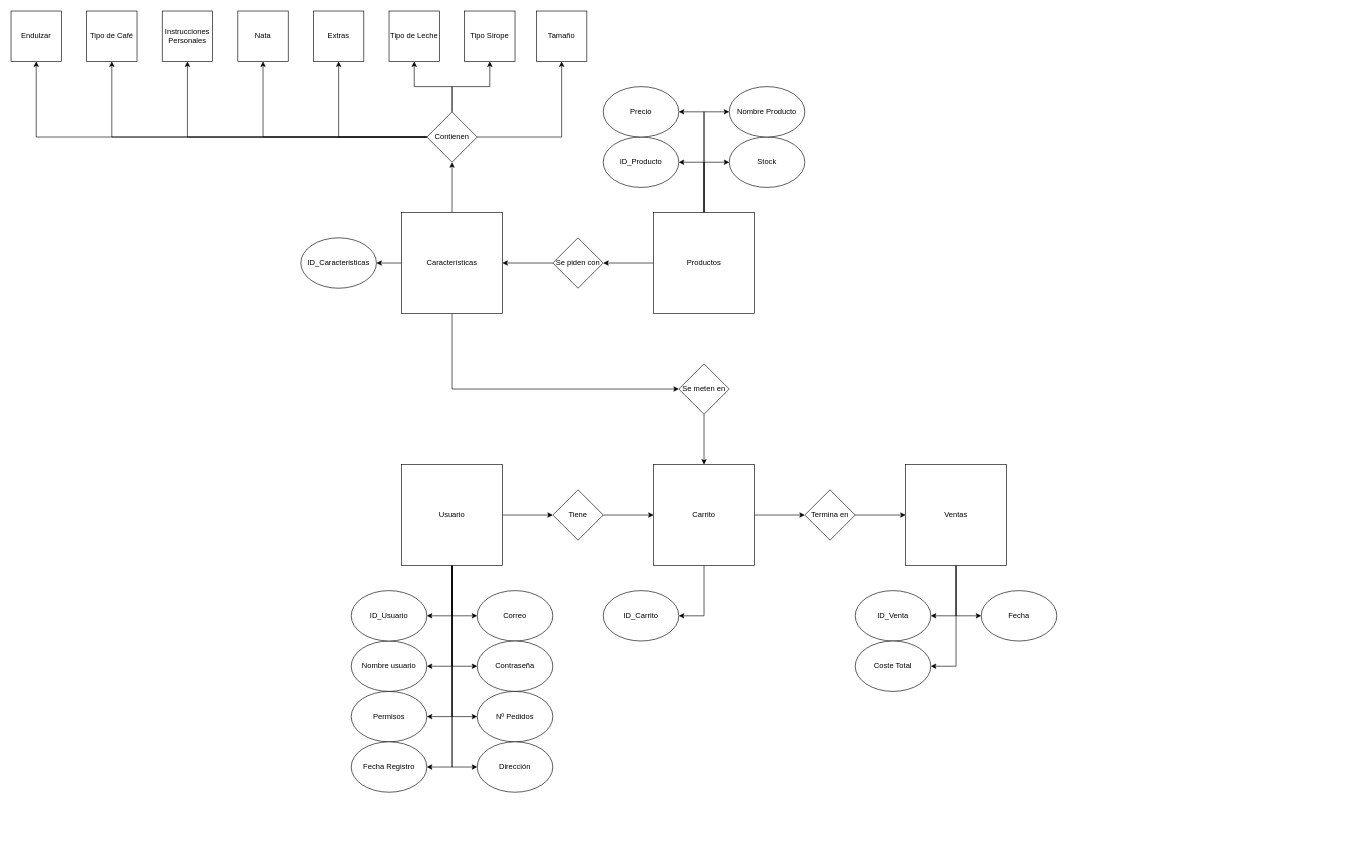
The draw.io diagram page "Modelo Relacional" (1 of 2) of BBDDTFG.drawio in meeeww/tfg_server, before the edit. Source tidied: cells renumbered, new cells numbered last; positions are measured from the earlier drawing's top-left corner, leaving out a move shared by most shapes. Both pictures are drawn from the tidied source at 63%, with x=0, y=0 at pixel (11, 11).
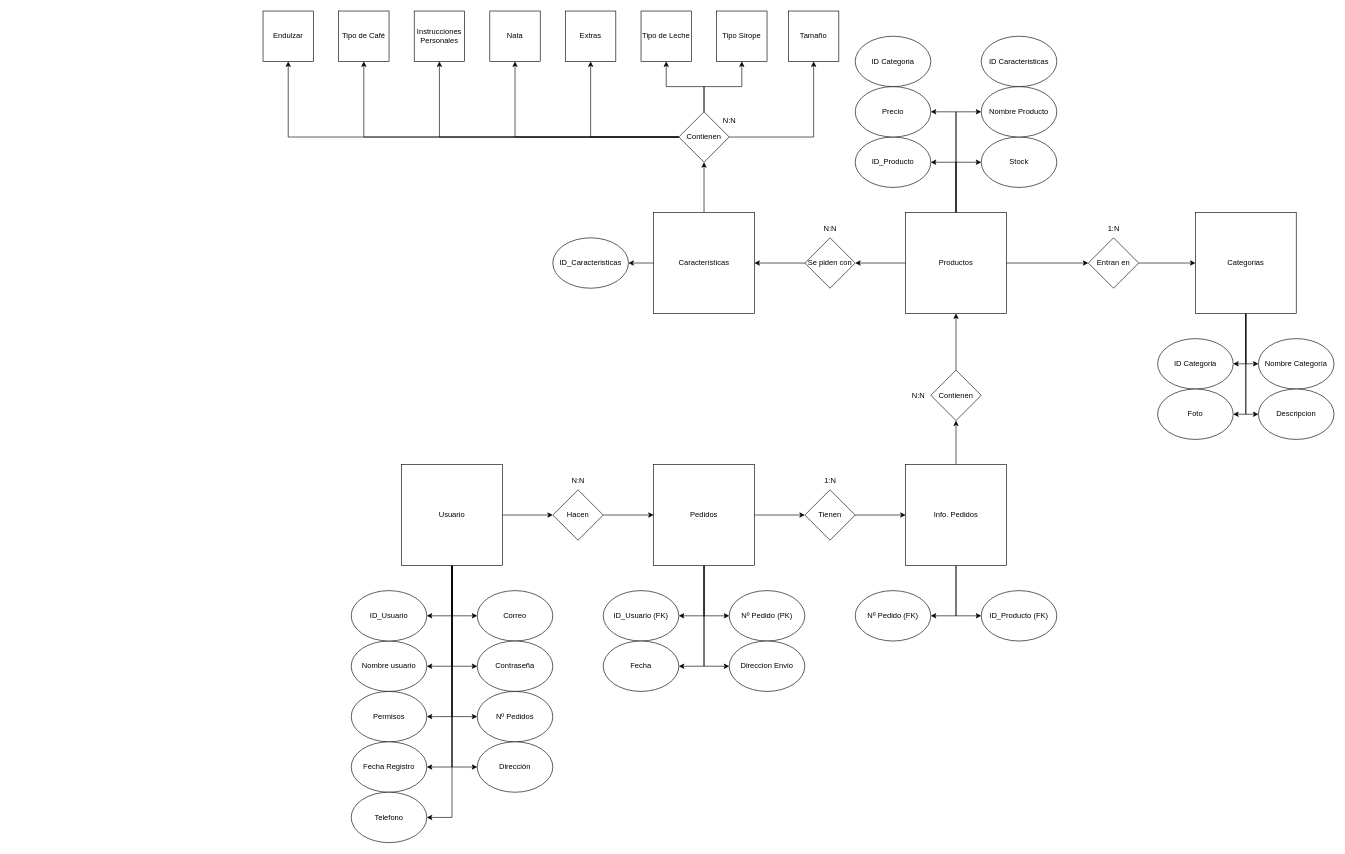
The same page after the edit.

Unchanged cells that the change refers to:
```xml
<mxCell id="11" value="Usuario" style="whiteSpace=wrap;html=1;" parent="1" vertex="1">
  <mxGeometry x="620" y="720" width="160" height="160" as="geometry" />
</mxCell>
```

The edit, as a diff of the source:
```diff
@@
+    <mxCell id="71" style="edgeStyle=orthogonalEdgeStyle;rounded=0;jettySize=auto;html=1;entryX=1;entryY=0.5;entryDx=0;entryDy=0;" parent="1" edge="1" source="11" target="78">
+      <mxGeometry relative="1" as="geometry" />
+    </mxCell>
@@
+    <mxCell id="72" style="edgeStyle=orthogonalEdgeStyle;rounded=0;jettySize=auto;html=1;entryX=0;entryY=0.5;entryDx=0;entryDy=0;" parent="1" edge="1" source="19" target="80">
+      <mxGeometry relative="1" as="geometry" />
+    </mxCell>
+    <mxCell id="73" style="edgeStyle=orthogonalEdgeStyle;rounded=0;jettySize=auto;html=1;entryX=1;entryY=0.5;entryDx=0;entryDy=0;" parent="1" edge="1" source="19" target="79">
+      <mxGeometry relative="1" as="geometry" />
+    </mxCell>
+    <mxCell id="74" style="edgeStyle=orthogonalEdgeStyle;rounded=0;jettySize=auto;html=1;entryX=0;entryY=0.5;entryDx=0;entryDy=0;" parent="1" edge="1" source="19" target="81">
+      <mxGeometry relative="1" as="geometry" />
+    </mxCell>
-    <mxCell id="19" value="Carrito" style="whiteSpace=wrap;html=1;" parent="1" vertex="1">
+    <mxCell id="19" value="Pedidos" style="whiteSpace=wrap;html=1;" parent="1" vertex="1">
       <mxGeometry x="1020" y="720" width="160" height="160" as="geometry" />
     </mxCell>
@@
-    <mxCell id="21" value="Tiene" style="rhombus;whiteSpace=wrap;html=1;" parent="1" vertex="1">
+    <mxCell id="21" value="Hacen" style="rhombus;whiteSpace=wrap;html=1;" parent="1" vertex="1">
       <mxGeometry x="860" y="760" width="80" height="80" as="geometry" />
     </mxCell>
-    <mxCell id="22" value="ID_Carrito" style="ellipse;whiteSpace=wrap;html=1;" parent="1" vertex="1">
+    <mxCell id="22" value="ID_Usuario (FK)" style="ellipse;whiteSpace=wrap;html=1;" parent="1" vertex="1">
       <mxGeometry x="940" y="920" width="120" height="80" as="geometry" />
     </mxCell>
@@
+    <mxCell id="75" style="edgeStyle=orthogonalEdgeStyle;rounded=0;jettySize=auto;html=1;entryX=0;entryY=0.5;entryDx=0;entryDy=0;" parent="1" edge="1" source="28" target="85">
+      <mxGeometry relative="1" as="geometry" />
+    </mxCell>
     <mxCell id="28" value="Productos" style="whiteSpace=wrap;html=1;" parent="1" vertex="1">
-      <mxGeometry x="1020" y="320" width="160" height="160" as="geometry" />
+      <mxGeometry x="1420" y="320" width="160" height="160" as="geometry" />
     </mxCell>
-    <mxCell id="29" style="edgeStyle=orthogonalEdgeStyle;rounded=0;jettySize=auto;html=1;entryX=0.5;entryY=0;entryDx=0;entryDy=0;" parent="1" edge="1" source="30" target="19">
-      <mxGeometry relative="1" as="geometry" />
-    </mxCell>
+    <mxCell id="76" style="edgeStyle=orthogonalEdgeStyle;rounded=0;jettySize=auto;html=1;entryX=0.5;entryY=1;entryDx=0;entryDy=0;" parent="1" edge="1" source="30" target="28">
+      <mxGeometry relative="1" as="geometry" />
+    </mxCell>
-    <mxCell id="30" value="Se meten en" style="rhombus;whiteSpace=wrap;html=1;" parent="1" vertex="1">
-      <mxGeometry x="1060" y="560" width="80" height="80" as="geometry" />
+    <mxCell id="30" value="Contienen" style="rhombus;whiteSpace=wrap;html=1;" parent="1" vertex="1">
+      <mxGeometry x="1460" y="570" width="80" height="80" as="geometry" />
     </mxCell>
@@
-    <mxCell id="32" value="Termina en" style="rhombus;whiteSpace=wrap;html=1;" parent="1" vertex="1">
+    <mxCell id="32" value="Tienen" style="rhombus;whiteSpace=wrap;html=1;" parent="1" vertex="1">
       <mxGeometry x="1260" y="760" width="80" height="80" as="geometry" />
     </mxCell>
@@
-    <mxCell id="35" style="edgeStyle=orthogonalEdgeStyle;rounded=0;jettySize=auto;html=1;entryX=1;entryY=0.5;entryDx=0;entryDy=0;" parent="1" edge="1" source="36" target="41">
-      <mxGeometry relative="1" as="geometry" />
-    </mxCell>
+    <mxCell id="77" style="edgeStyle=orthogonalEdgeStyle;rounded=0;jettySize=auto;html=1;entryX=0.5;entryY=1;entryDx=0;entryDy=0;" parent="1" edge="1" source="36" target="30">
+      <mxGeometry relative="1" as="geometry" />
+    </mxCell>
-    <mxCell id="36" value="Ventas" style="whiteSpace=wrap;html=1;" parent="1" vertex="1">
+    <mxCell id="36" value="Info. Pedidos" style="whiteSpace=wrap;html=1;" parent="1" vertex="1">
       <mxGeometry x="1420" y="720" width="160" height="160" as="geometry" />
     </mxCell>
-    <mxCell id="37" value="ID_Venta" style="ellipse;whiteSpace=wrap;html=1;" parent="1" vertex="1">
+    <mxCell id="37" value="Nº Pedido (FK)" style="ellipse;whiteSpace=wrap;html=1;" parent="1" vertex="1">
       <mxGeometry x="1340" y="920" width="120" height="80" as="geometry" />
     </mxCell>
-    <mxCell id="38" value="Fecha" style="ellipse;whiteSpace=wrap;html=1;" parent="1" vertex="1">
+    <mxCell id="38" value="ID_Producto (FK)" style="ellipse;whiteSpace=wrap;html=1;" parent="1" vertex="1">
       <mxGeometry x="1540" y="920" width="120" height="80" as="geometry" />
     </mxCell>
@@
-    <mxCell id="41" value="Coste Total" style="ellipse;whiteSpace=wrap;html=1;" parent="1" vertex="1">
-      <mxGeometry x="1340" y="1000" width="120" height="80" as="geometry" />
-    </mxCell>
@@
     <mxCell id="43" value="ID_Producto" style="ellipse;whiteSpace=wrap;html=1;" parent="1" vertex="1">
-      <mxGeometry x="940" y="200" width="120" height="80" as="geometry" />
+      <mxGeometry x="1340" y="200" width="120" height="80" as="geometry" />
     </mxCell>
     <mxCell id="44" value="Stock" style="ellipse;whiteSpace=wrap;html=1;" parent="1" vertex="1">
-      <mxGeometry x="1140" y="200" width="120" height="80" as="geometry" />
+      <mxGeometry x="1540" y="200" width="120" height="80" as="geometry" />
     </mxCell>
     <mxCell id="45" value="Precio" style="ellipse;whiteSpace=wrap;html=1;" parent="1" vertex="1">
-      <mxGeometry x="940" y="120" width="120" height="80" as="geometry" />
+      <mxGeometry x="1340" y="120" width="120" height="80" as="geometry" />
     </mxCell>
     <mxCell id="46" value="Nombre Producto" style="ellipse;whiteSpace=wrap;html=1;" parent="1" vertex="1">
-      <mxGeometry x="1140" y="120" width="120" height="80" as="geometry" />
+      <mxGeometry x="1540" y="120" width="120" height="80" as="geometry" />
     </mxCell>
@@
     <mxCell id="48" value="Se piden con" style="rhombus;whiteSpace=wrap;html=1;" parent="1" vertex="1">
-      <mxGeometry x="860" y="360" width="80" height="80" as="geometry" />
+      <mxGeometry x="1260" y="360" width="80" height="80" as="geometry" />
     </mxCell>
@@
-    <mxCell id="51" style="edgeStyle=orthogonalEdgeStyle;rounded=0;jettySize=auto;html=1;entryX=0;entryY=0.5;entryDx=0;entryDy=0;" parent="1" edge="1" source="52" target="30">
-      <mxGeometry relative="1" as="geometry">
-        <Array as="points">
-          <mxPoint x="700" y="600" />
-        </Array>
-      </mxGeometry>
-    </mxCell>
     <mxCell id="52" value="Características" style="whiteSpace=wrap;html=1;" parent="1" vertex="1">
-      <mxGeometry x="620" y="320" width="160" height="160" as="geometry" />
+      <mxGeometry x="1020" y="320" width="160" height="160" as="geometry" />
     </mxCell>
     <mxCell id="53" value="ID_Caracteristicas" style="ellipse;whiteSpace=wrap;html=1;" parent="1" vertex="1">
-      <mxGeometry x="460" y="360" width="120" height="80" as="geometry" />
+      <mxGeometry x="860" y="360" width="120" height="80" as="geometry" />
     </mxCell>
@@
     <mxCell id="62" value="Contienen" style="rhombus;whiteSpace=wrap;html=1;" parent="1" vertex="1">
-      <mxGeometry x="660" y="160" width="80" height="80" as="geometry" />
+      <mxGeometry x="1060" y="160" width="80" height="80" as="geometry" />
     </mxCell>
     <mxCell id="63" value="Extras" style="whiteSpace=wrap;html=1;" parent="1" vertex="1">
-      <mxGeometry x="480" width="80" height="80" as="geometry" />
+      <mxGeometry x="880" width="80" height="80" as="geometry" />
     </mxCell>
     <mxCell id="64" value="Tipo de Leche" style="whiteSpace=wrap;html=1;" parent="1" vertex="1">
-      <mxGeometry x="600" width="80" height="80" as="geometry" />
+      <mxGeometry x="1000" width="80" height="80" as="geometry" />
     </mxCell>
     <mxCell id="65" value="Tipo Sirope" style="whiteSpace=wrap;html=1;" parent="1" vertex="1">
-      <mxGeometry x="720" width="80" height="80" as="geometry" />
+      <mxGeometry x="1120" width="80" height="80" as="geometry" />
     </mxCell>
     <mxCell id="66" value="Tamaño" style="whiteSpace=wrap;html=1;" parent="1" vertex="1">
-      <mxGeometry x="834" width="80" height="80" as="geometry" />
+      <mxGeometry x="1234" width="80" height="80" as="geometry" />
     </mxCell>
     <mxCell id="67" value="Nata" style="whiteSpace=wrap;html=1;" parent="1" vertex="1">
-      <mxGeometry x="360" width="80" height="80" as="geometry" />
+      <mxGeometry x="760" width="80" height="80" as="geometry" />
     </mxCell>
     <mxCell id="68" value="Instrucciones Personales" style="whiteSpace=wrap;html=1;" parent="1" vertex="1">
-      <mxGeometry x="240" width="80" height="80" as="geometry" />
+      <mxGeometry x="640" width="80" height="80" as="geometry" />
     </mxCell>
     <mxCell id="69" value="Tipo de Café" style="whiteSpace=wrap;html=1;" parent="1" vertex="1">
-      <mxGeometry x="120" width="80" height="80" as="geometry" />
+      <mxGeometry x="520" width="80" height="80" as="geometry" />
     </mxCell>
     <mxCell id="70" value="Endulzar" style="whiteSpace=wrap;html=1;" parent="1" vertex="1">
-      <mxGeometry width="80" height="80" as="geometry" />
+      <mxGeometry x="400" width="80" height="80" as="geometry" />
     </mxCell>
+    <mxCell id="78" value="Telefono" style="ellipse;whiteSpace=wrap;html=1;" parent="1" vertex="1">
+      <mxGeometry x="540" y="1240" width="120" height="80" as="geometry" />
+    </mxCell>
+    <mxCell id="79" value="Fecha" style="ellipse;whiteSpace=wrap;html=1;" parent="1" vertex="1">
+      <mxGeometry x="940" y="1000" width="120" height="80" as="geometry" />
+    </mxCell>
+    <mxCell id="80" value="Nº Pedido (PK)" style="ellipse;whiteSpace=wrap;html=1;" parent="1" vertex="1">
+      <mxGeometry x="1140" y="920" width="120" height="80" as="geometry" />
+    </mxCell>
+    <mxCell id="81" value="Direccion Envio" style="ellipse;whiteSpace=wrap;html=1;" parent="1" vertex="1">
+      <mxGeometry x="1140" y="1000" width="120" height="80" as="geometry" />
+    </mxCell>
+    <mxCell id="82" value="1:N" style="text;html=1;align=center;verticalAlign=middle;strokeColor=none;fillColor=none;" parent="1" vertex="1">
+      <mxGeometry x="1280" y="730" width="40" height="30" as="geometry" />
+    </mxCell>
+    <mxCell id="83" value="N:N" style="text;html=1;align=center;verticalAlign=middle;strokeColor=none;fillColor=none;" parent="1" vertex="1">
+      <mxGeometry x="880" y="730" width="40" height="30" as="geometry" />
+    </mxCell>
+    <mxCell id="84" style="edgeStyle=orthogonalEdgeStyle;rounded=0;jettySize=auto;html=1;entryX=0;entryY=0.5;entryDx=0;entryDy=0;" parent="1" edge="1" source="85" target="90">
+      <mxGeometry relative="1" as="geometry" />
+    </mxCell>
+    <mxCell id="85" value="Entran en" style="rhombus;whiteSpace=wrap;html=1;" parent="1" vertex="1">
+      <mxGeometry x="1710" y="360" width="80" height="80" as="geometry" />
+    </mxCell>
+    <mxCell id="86" style="edgeStyle=orthogonalEdgeStyle;rounded=0;jettySize=auto;html=1;entryX=0;entryY=0.5;entryDx=0;entryDy=0;" parent="1" edge="1" source="90" target="91">
+      <mxGeometry relative="1" as="geometry" />
+    </mxCell>
+    <mxCell id="87" style="edgeStyle=orthogonalEdgeStyle;rounded=0;jettySize=auto;html=1;entryX=1;entryY=0.5;entryDx=0;entryDy=0;" parent="1" edge="1" source="90" target="92">
+      <mxGeometry relative="1" as="geometry" />
+    </mxCell>
+    <mxCell id="88" style="edgeStyle=orthogonalEdgeStyle;rounded=0;jettySize=auto;html=1;entryX=1;entryY=0.5;entryDx=0;entryDy=0;" parent="1" edge="1" source="90" target="93">
+      <mxGeometry relative="1" as="geometry" />
+    </mxCell>
+    <mxCell id="89" style="edgeStyle=orthogonalEdgeStyle;rounded=0;jettySize=auto;html=1;entryX=0;entryY=0.5;entryDx=0;entryDy=0;" parent="1" edge="1" source="90" target="94">
+      <mxGeometry relative="1" as="geometry" />
+    </mxCell>
+    <mxCell id="90" value="Categorias" style="whiteSpace=wrap;html=1;" parent="1" vertex="1">
+      <mxGeometry x="1880" y="320" width="160" height="160" as="geometry" />
+    </mxCell>
+    <mxCell id="91" value="Nombre Categoría" style="ellipse;whiteSpace=wrap;html=1;" parent="1" vertex="1">
+      <mxGeometry x="1980" y="520" width="120" height="80" as="geometry" />
+    </mxCell>
+    <mxCell id="92" value="ID Categoria" style="ellipse;whiteSpace=wrap;html=1;" parent="1" vertex="1">
+      <mxGeometry x="1820" y="520" width="120" height="80" as="geometry" />
+    </mxCell>
+    <mxCell id="93" value="Foto" style="ellipse;whiteSpace=wrap;html=1;" parent="1" vertex="1">
+      <mxGeometry x="1820" y="600" width="120" height="80" as="geometry" />
+    </mxCell>
+    <mxCell id="94" value="Descripcion" style="ellipse;whiteSpace=wrap;html=1;" parent="1" vertex="1">
+      <mxGeometry x="1980" y="600" width="120" height="80" as="geometry" />
+    </mxCell>
+    <mxCell id="95" value="ID Caracteristicas" style="ellipse;whiteSpace=wrap;html=1;" parent="1" vertex="1">
+      <mxGeometry x="1540" y="40" width="120" height="80" as="geometry" />
+    </mxCell>
+    <mxCell id="96" value="ID Categoria" style="ellipse;whiteSpace=wrap;html=1;" parent="1" vertex="1">
+      <mxGeometry x="1340" y="40" width="120" height="80" as="geometry" />
+    </mxCell>
+    <mxCell id="97" value="N:N" style="text;html=1;align=center;verticalAlign=middle;strokeColor=none;fillColor=none;" parent="1" vertex="1">
+      <mxGeometry x="1420" y="595" width="40" height="30" as="geometry" />
+    </mxCell>
+    <mxCell id="98" value="N:N" style="text;html=1;align=center;verticalAlign=middle;strokeColor=none;fillColor=none;" parent="1" vertex="1">
+      <mxGeometry x="1280" y="330" width="40" height="30" as="geometry" />
+    </mxCell>
+    <mxCell id="99" value="1:N" style="text;html=1;align=center;verticalAlign=middle;strokeColor=none;fillColor=none;" parent="1" vertex="1">
+      <mxGeometry x="1730" y="330" width="40" height="30" as="geometry" />
+    </mxCell>
+    <mxCell id="100" value="N:N" style="text;html=1;align=center;verticalAlign=middle;strokeColor=none;fillColor=none;" parent="1" vertex="1">
+      <mxGeometry x="1120" y="160" width="40" height="30" as="geometry" />
+    </mxCell>
```
